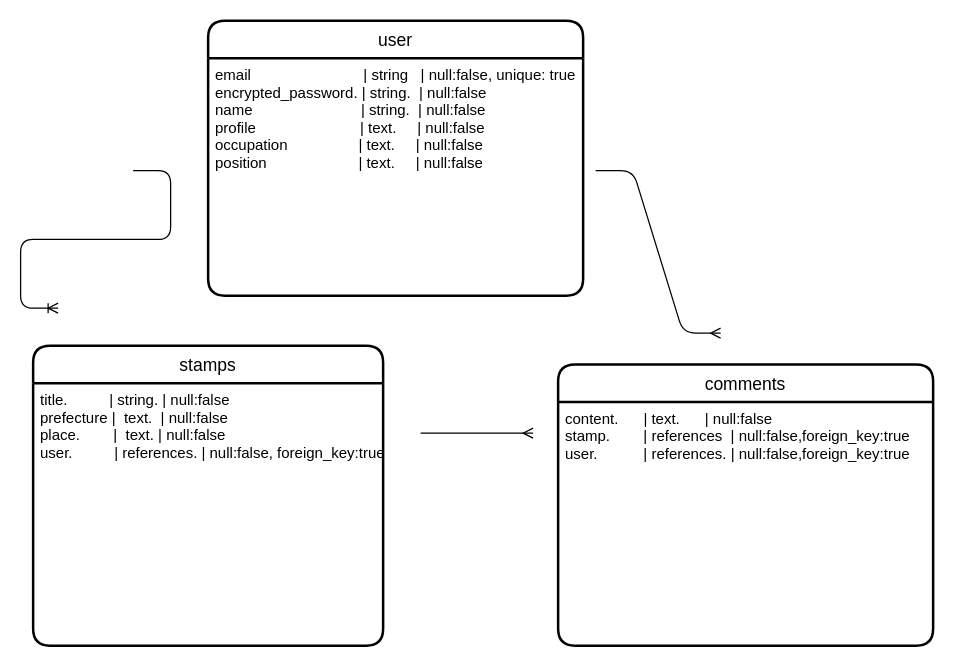
nagashi4/goshuin-app keeps this draw.io diagram as test.dio. Above is the earlier version. Source tidied: cells renumbered, new cells numbered last; positions are measured from the earlier drawing's top-left corner, leaving out a move shared by most shapes. Both pictures are drawn from the tidied source at 125%, with x=0, y=0 at pixel (32, 20).
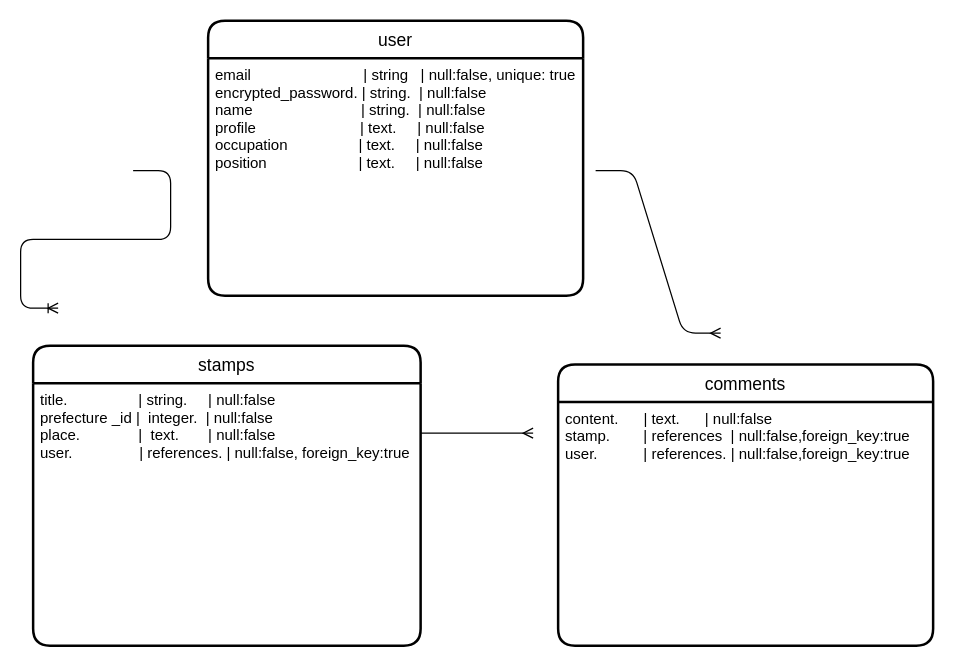
The same page after the edit.

Change to the diagram source:
```diff
@@
 <mxGraphModel>
   <root>
     <mxCell id="0" />
     <mxCell id="1" parent="0" />
     <mxCell id="2" value="user" style="swimlane;horizontal=1;startSize=30;rounded=1;fontSize=14;fontStyle=0;strokeWidth=2;shadow=0;dashed=0;align=center;" parent="1" vertex="1">
       <mxGeometry x="140" width="300" height="220" as="geometry" />
     </mxCell>
     <mxCell id="3" value="email                           | string   | null:false, unique: true   &#10;encrypted_password. | string.  | null:false &#10;name                          | string.  | null:false&#10;profile                         | text.     | null:false&#10;occupation                 | text.     | null:false&#10;position                      | text.     | null:false" style="align=left;strokeColor=none;fillColor=none;spacingLeft=4;fontSize=12;verticalAlign=top;" parent="2" vertex="1">
       <mxGeometry y="30" width="300" height="190" as="geometry" />
     </mxCell>
     <mxCell id="4" value="stamps" style="swimlane;horizontal=1;startSize=30;rounded=1;fontSize=14;fontStyle=0;strokeWidth=2;shadow=0;dashed=0;align=center;" parent="1" vertex="1">
-      <mxGeometry y="260" width="280" height="240" as="geometry" />
+      <mxGeometry y="260" width="310" height="240" as="geometry" />
     </mxCell>
-    <mxCell id="5" value="title.          | string. | null:false&#10;prefecture |  text.  | null:false&#10;place.        |  text. | null:false&#10;user.          | references. | null:false, foreign_key:true" style="align=left;strokeColor=none;fillColor=none;spacingLeft=4;fontSize=12;verticalAlign=top;" parent="4" vertex="1">
-      <mxGeometry y="30" width="280" height="210" as="geometry" />
+    <mxCell id="5" value="title.                 | string.     | null:false&#10;prefecture _id |  integer.  | null:false&#10;place.              |  text.       | null:false&#10;user.                | references. | null:false, foreign_key:true" style="align=left;strokeColor=none;fillColor=none;spacingLeft=4;fontSize=12;verticalAlign=top;" parent="4" vertex="1">
+      <mxGeometry y="30" width="310" height="210" as="geometry" />
     </mxCell>
     <mxCell id="6" value="comments" style="swimlane;horizontal=1;startSize=30;rounded=1;fontSize=14;fontStyle=0;strokeWidth=2;shadow=0;dashed=0;align=center;" parent="1" vertex="1">
       <mxGeometry x="420" y="275" width="300" height="225" as="geometry" />
     </mxCell>
     <mxCell id="7" value="content.      | text.      | null:false&#10;stamp.        | references  | null:false,foreign_key:true&#10;user.           | references. | null:false,foreign_key:true" style="align=left;strokeColor=none;fillColor=none;spacingLeft=4;fontSize=12;verticalAlign=top;" parent="6" vertex="1">
       <mxGeometry y="30" width="300" height="195" as="geometry" />
     </mxCell>
     <mxCell id="8" style="edgeStyle=entityRelationEdgeStyle;fontSize=12;html=1;endArrow=ERmany;" parent="1" edge="1">
       <mxGeometry relative="1" as="geometry">
         <mxPoint x="310" y="330" as="sourcePoint" />
         <mxPoint x="400" y="330" as="targetPoint" />
       </mxGeometry>
     </mxCell>
     <mxCell id="9" style="edgeStyle=entityRelationEdgeStyle;fontSize=12;html=1;endArrow=ERmany;" parent="1" edge="1">
       <mxGeometry relative="1" as="geometry">
         <mxPoint x="450" y="120" as="sourcePoint" />
         <mxPoint x="550" y="250" as="targetPoint" />
       </mxGeometry>
     </mxCell>
     <mxCell id="10" style="edgeStyle=entityRelationEdgeStyle;fontSize=12;html=1;endArrow=ERoneToMany;" parent="1" edge="1">
       <mxGeometry relative="1" as="geometry">
         <mxPoint x="80" y="120" as="sourcePoint" />
         <mxPoint x="20" y="230" as="targetPoint" />
       </mxGeometry>
     </mxCell>
   </root>
 </mxGraphModel>
```
